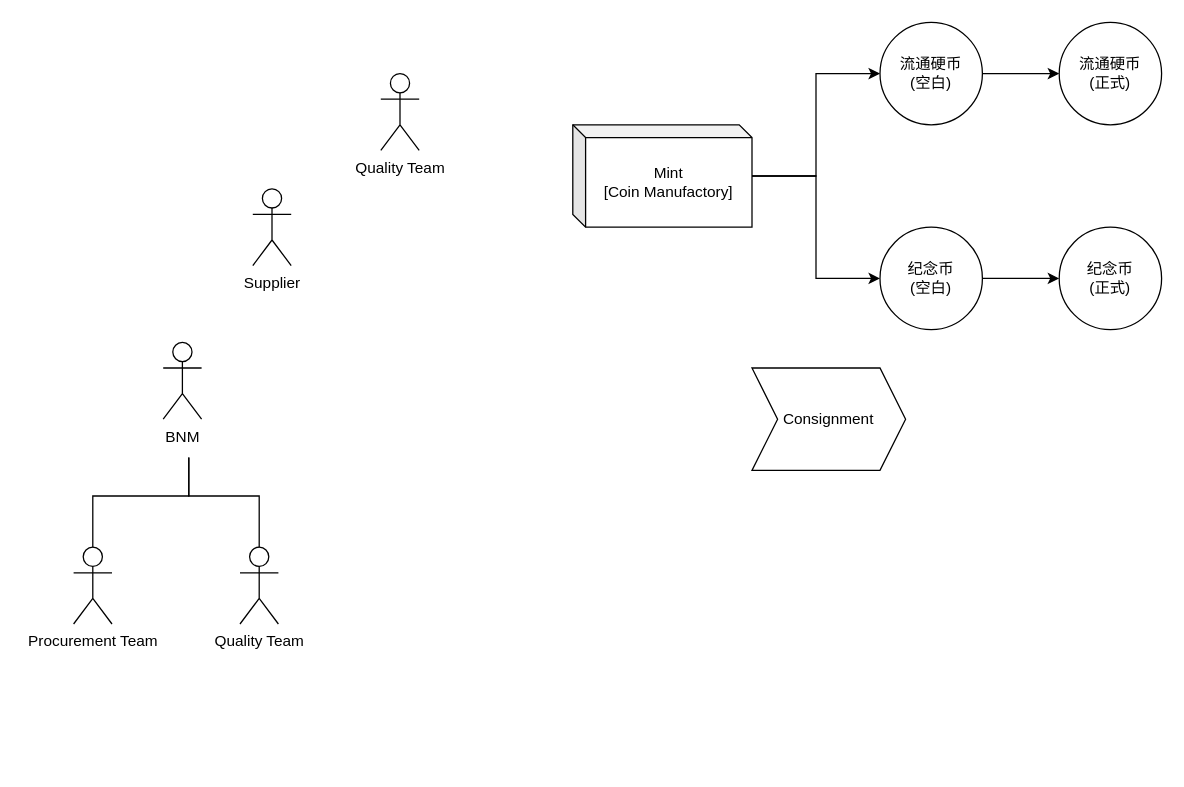
Before: page "Quality Management" (1 of 2) of 未命名绘图.drawio in johnseetoh25/draw.io_Gallery, a draw.io diagram. Source tidied: cells renumbered, new cells numbered last; positions are measured from the earlier drawing's top-left corner, leaving out a move shared by most shapes. Both pictures are drawn from the tidied source at 128%, with x=0, y=0 at pixel (73, 22).
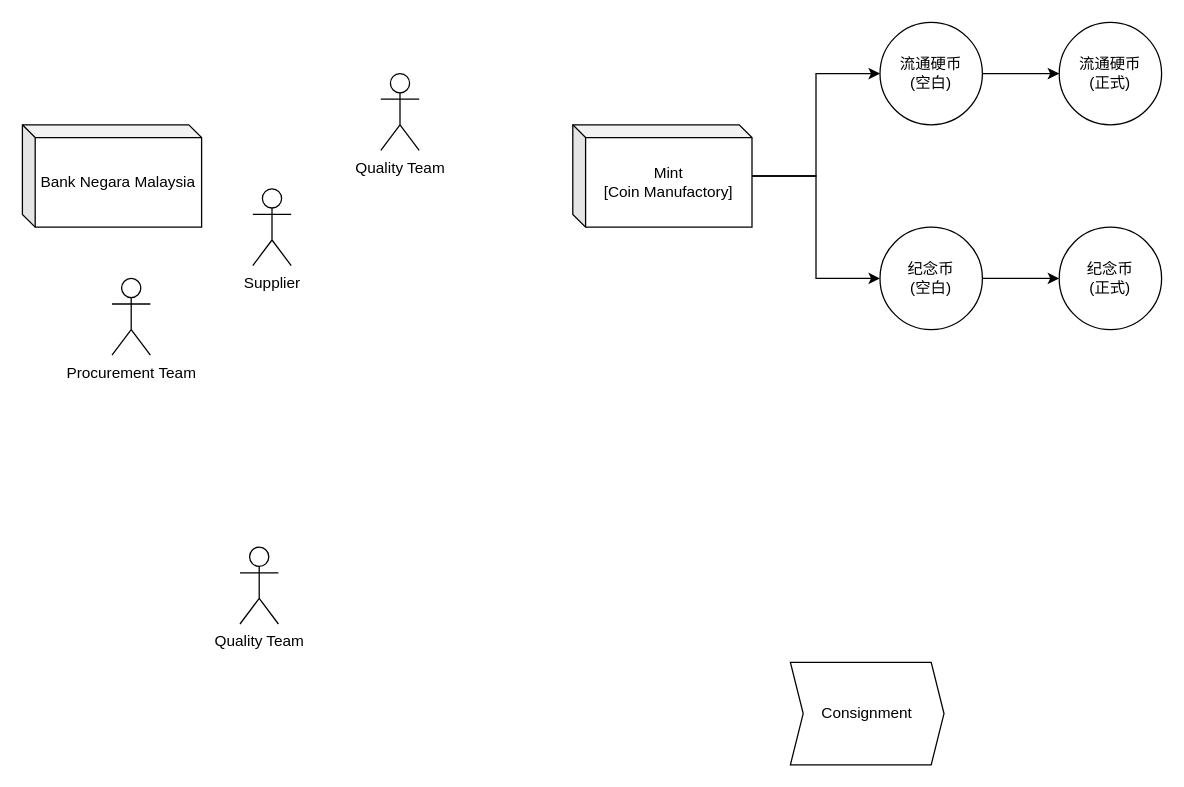
The same page after the edit.

Commit message:
更新未命名绘图.drawio

Unchanged cells that the change refers to:
```xml
<mxCell id="11" value="Quality Team" style="shape=umlActor;verticalLabelPosition=bottom;verticalAlign=top;html=1;outlineConnect=0;" parent="1" vertex="1">
  <mxGeometry x="130" y="410" width="30" height="60" as="geometry" />
</mxCell>
```

Change to the diagram source:
```diff
@@
     <mxCell id="3" value="Procurement Team" style="shape=umlActor;verticalLabelPosition=bottom;verticalAlign=top;html=1;outlineConnect=0;" parent="1" vertex="1">
-      <mxGeometry y="410" width="30" height="60" as="geometry" />
+      <mxGeometry x="30" y="200" width="30" height="60" as="geometry" />
     </mxCell>
@@
-    <mxCell id="12" value="Consignment" style="shape=step;perimeter=stepPerimeter;whiteSpace=wrap;html=1;fixedSize=1;" parent="1" vertex="1">
-      <mxGeometry x="530" y="270" width="120" height="80" as="geometry" />
+    <mxCell id="12" value="Consignment" style="shape=step;perimeter=stepPerimeter;whiteSpace=wrap;html=1;fixedSize=1;size=10;" parent="1" vertex="1">
+      <mxGeometry x="560" y="500" width="120" height="80" as="geometry" />
     </mxCell>
-    <mxCell id="13" style="edgeStyle=orthogonalEdgeStyle;rounded=0;jettySize=auto;html=1;endArrow=none;endFill=0;" parent="1" edge="1" target="11">
-      <mxGeometry relative="1" as="geometry">
-        <mxPoint x="90" y="340" as="sourcePoint" />
-        <Array as="points">
-          <mxPoint x="90" y="370" />
-          <mxPoint x="145" y="370" />
-        </Array>
-      </mxGeometry>
-    </mxCell>
-    <mxCell id="14" value="BNM" style="shape=umlActor;verticalLabelPosition=bottom;verticalAlign=top;html=1;" parent="1" vertex="1">
-      <mxGeometry x="70" y="250" width="30" height="60" as="geometry" />
-    </mxCell>
-    <mxCell id="15" style="edgeStyle=orthogonalEdgeStyle;rounded=0;jettySize=auto;html=1;entryX=0.5;entryY=0;entryDx=0;entryDy=0;entryPerimeter=0;endArrow=none;endFill=0;" parent="1" edge="1" target="3">
-      <mxGeometry relative="1" as="geometry">
-        <mxPoint x="90" y="340" as="sourcePoint" />
-        <Array as="points">
-          <mxPoint x="90" y="370" />
-          <mxPoint x="15" y="370" />
-        </Array>
-      </mxGeometry>
-    </mxCell>
@@
+    <mxCell id="19" value="Bank Negara Malaysia" style="shape=cube;whiteSpace=wrap;html=1;boundedLbl=1;backgroundOutline=1;darkOpacity=0.05;darkOpacity2=0.1;size=10;" parent="1" vertex="1">
+      <mxGeometry x="-40" y="80" width="140" height="80" as="geometry" />
+    </mxCell>
```
